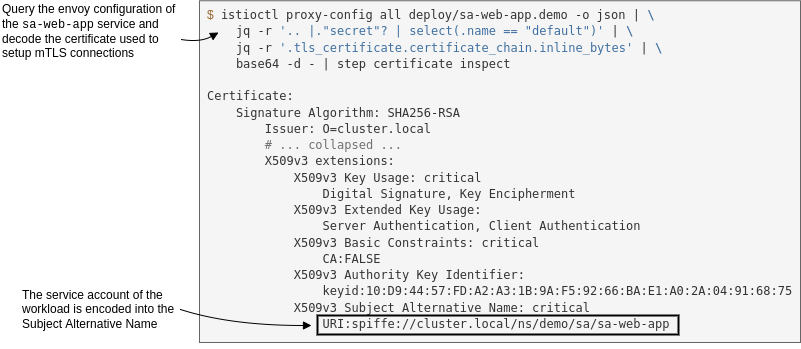
rinormaloku/master-istio keeps this draw.io diagram as images/SVID.png. Above is the earlier version. Source tidied: cells renumbered, new cells last; positions are measured from the earlier drawing's top-left corner, leaving out a move shared by most shapes. Its diagram source:
```xml
<mxGraphModel>
  <root>
    <mxCell id="0" />
    <mxCell id="1" parent="0" />
    <mxCell id="2" value="&lt;span id=&quot;docs-internal-guid-69b215c8-7fff-f73c-7a83-de5fa871a0a4&quot;&gt;&lt;pre style=&quot;margin-top: 0px ; margin-bottom: 0px ; line-height: 16.25px&quot;&gt;&lt;pre style=&quot;margin-top: 0px ; margin-bottom: 0px ; line-height: 16.25px&quot;&gt;&lt;pre style=&quot;margin-top: 0px ; margin-bottom: 0px ; line-height: 16.25px&quot;&gt;&lt;span style=&quot;color: rgb(153 , 102 , 51) ; font-family: &amp;#34;helvetica&amp;#34;&quot;&gt;$&lt;/span&gt; istioctl proxy-config all deploy/sa-web-app.demo -o json | &lt;span style=&quot;color: rgb(64 , 112 , 160) ; font-weight: bold&quot;&gt;\&lt;/span&gt;&lt;br&gt;    jq -r &lt;span style=&quot;color: rgb(64 , 112 , 160)&quot;&gt;'.. |.&quot;secret&quot;? | select(.name == &quot;default&quot;)'&lt;/span&gt; | &lt;span style=&quot;color: rgb(64 , 112 , 160) ; font-weight: bold&quot;&gt;\&lt;/span&gt;&lt;br&gt;    jq -r &lt;span style=&quot;color: rgb(64 , 112 , 160)&quot;&gt;'.tls_certificate.certificate_chain.inline_bytes'&lt;/span&gt; | &lt;span style=&quot;color: rgb(64 , 112 , 160) ; font-weight: bold&quot;&gt;\&lt;/span&gt;&lt;br&gt;    base64 -d - | step certificate inspect&lt;/pre&gt;&lt;/pre&gt;&lt;pre style=&quot;margin-top: 0px ; margin-bottom: 0px ; line-height: 16.25px&quot;&gt;&lt;span style=&quot;color: rgb(153 , 102 , 51)&quot;&gt;&lt;br&gt;&lt;/span&gt;&lt;/pre&gt;&lt;pre style=&quot;margin-top: 0px ; margin-bottom: 0px ; line-height: 16.25px&quot;&gt;Certificate:&lt;br&gt;    Signature Algorithm: SHA256-RSA&lt;br&gt;        Issuer: O=cluster.local&lt;br&gt;        &lt;font color=&quot;#707070&quot;&gt;# ... collapsed ...&lt;/font&gt;&lt;/pre&gt;&lt;pre style=&quot;margin-top: 0px ; margin-bottom: 0px ; line-height: 16.25px&quot;&gt;        X509v3 extensions:&lt;br&gt;            X509v3 Key Usage: critical&lt;br&gt;                Digital Signature, Key Encipherment&lt;br&gt;            X509v3 Extended Key Usage:&lt;br&gt;                Server Authentication, Client Authentication&lt;br&gt;            X509v3 Basic Constraints: critical&lt;br&gt;                CA:FALSE&lt;br&gt;            X509v3 Authority Key Identifier:&lt;br&gt;                keyid:10:D9:44:57:FD:A2:A3:1B:9A:F5:92:66:BA:E1:A0:2A:04:91:68:75&lt;br&gt;            X509v3 Subject Alternative Name: critical&lt;br&gt;                URI:spiffe://cluster.local/ns/demo/sa/sa-web-app&lt;br&gt;&lt;/pre&gt;&lt;div&gt;&lt;br&gt;&lt;/div&gt;&lt;/pre&gt;&lt;/span&gt;" style="rounded=0;whiteSpace=wrap;html=1;labelBackgroundColor=none;fontSize=12;fontColor=#333333;align=left;verticalAlign=top;fillColor=#f5f5f5;strokeColor=#666666;spacingLeft=6;" parent="1" vertex="1">
      <mxGeometry x="199" y="0.2" width="601" height="341.8" as="geometry" />
    </mxCell>
    <mxCell id="3" style="rounded=0;whiteSpace=wrap;html=1;labelBackgroundColor=none;fontSize=12;fontColor=#ABABAB;align=left;verticalAlign=top;fillColor=none;strokeWidth=2;" parent="1" vertex="1">
      <mxGeometry x="317" y="315" width="361" height="19" as="geometry" />
    </mxCell>
    <mxCell id="4" value="Query the envoy configuration of the &lt;font face=&quot;Courier New&quot;&gt;sa-web-app&lt;/font&gt; service and decode the certificate used to setup mTLS connections" style="text;html=1;strokeColor=none;fillColor=none;align=left;verticalAlign=middle;whiteSpace=wrap;rounded=0;labelBackgroundColor=none;fontSize=12;" parent="1" vertex="1">
      <mxGeometry y="0.2" width="180" height="61.8" as="geometry" />
    </mxCell>
    <mxCell id="5" style="curved=1;endArrow=block;html=1;fontSize=12;fontColor=#000000;strokeWidth=1;align=left;endFill=1;exitX=1.005;exitY=0.628;exitDx=0;exitDy=0;exitPerimeter=0;" parent="1" edge="1" source="4">
      <mxGeometry relative="1" as="geometry">
        <mxPoint x="218" y="32" as="targetPoint" />
        <Array as="points">
          <mxPoint x="200" y="42" />
        </Array>
      </mxGeometry>
    </mxCell>
    <mxCell id="6" value="The service account of the workload is encoded into the Subject Alternative Name" style="text;html=1;strokeColor=none;fillColor=none;align=left;verticalAlign=middle;whiteSpace=wrap;rounded=0;labelBackgroundColor=none;fontSize=12;" parent="1" vertex="1">
      <mxGeometry x="19.5" y="284" width="160.5" height="50" as="geometry" />
    </mxCell>
    <mxCell id="7" style="curved=1;endArrow=block;html=1;fontSize=12;fontColor=#000000;strokeWidth=1;align=left;endFill=1;exitX=1;exitY=0.5;exitDx=0;exitDy=0;" parent="1" edge="1" source="6">
      <mxGeometry relative="1" as="geometry">
        <mxPoint x="311" y="325" as="targetPoint" />
        <Array as="points">
          <mxPoint x="230" y="325" />
        </Array>
      </mxGeometry>
    </mxCell>
  </root>
</mxGraphModel>
```
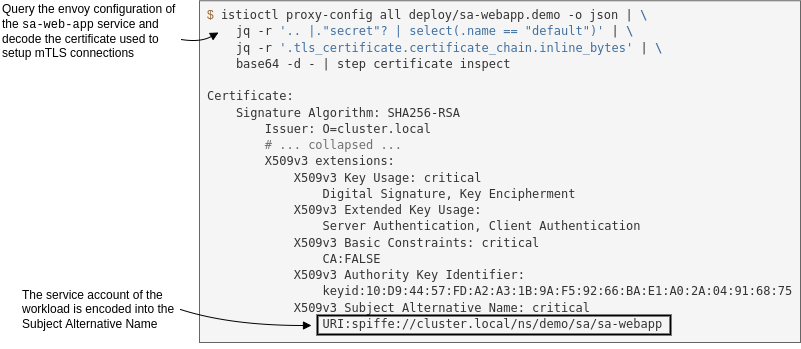
After the change.

Change to the diagram source:
```diff
@@ -2,11 +2,11 @@
   <root>
     <mxCell id="0" />
     <mxCell id="1" parent="0" />
-    <mxCell id="2" value="&lt;span id=&quot;docs-internal-guid-69b215c8-7fff-f73c-7a83-de5fa871a0a4&quot;&gt;&lt;pre style=&quot;margin-top: 0px ; margin-bottom: 0px ; line-height: 16.25px&quot;&gt;&lt;pre style=&quot;margin-top: 0px ; margin-bottom: 0px ; line-height: 16.25px&quot;&gt;&lt;pre style=&quot;margin-top: 0px ; margin-bottom: 0px ; line-height: 16.25px&quot;&gt;&lt;span style=&quot;color: rgb(153 , 102 , 51) ; font-family: &amp;#34;helvetica&amp;#34;&quot;&gt;$&lt;/span&gt; istioctl proxy-config all deploy/sa-web-app.demo -o json | &lt;span style=&quot;color: rgb(64 , 112 , 160) ; font-weight: bold&quot;&gt;\&lt;/span&gt;&lt;br&gt;    jq -r &lt;span style=&quot;color: rgb(64 , 112 , 160)&quot;&gt;'.. |.&quot;secret&quot;? | select(.name == &quot;default&quot;)'&lt;/span&gt; | &lt;span style=&quot;color: rgb(64 , 112 , 160) ; font-weight: bold&quot;&gt;\&lt;/span&gt;&lt;br&gt;    jq -r &lt;span style=&quot;color: rgb(64 , 112 , 160)&quot;&gt;'.tls_certificate.certificate_chain.inline_bytes'&lt;/span&gt; | &lt;span style=&quot;color: rgb(64 , 112 , 160) ; font-weight: bold&quot;&gt;\&lt;/span&gt;&lt;br&gt;    base64 -d - | step certificate inspect&lt;/pre&gt;&lt;/pre&gt;&lt;pre style=&quot;margin-top: 0px ; margin-bottom: 0px ; line-height: 16.25px&quot;&gt;&lt;span style=&quot;color: rgb(153 , 102 , 51)&quot;&gt;&lt;br&gt;&lt;/span&gt;&lt;/pre&gt;&lt;pre style=&quot;margin-top: 0px ; margin-bottom: 0px ; line-height: 16.25px&quot;&gt;Certificate:&lt;br&gt;    Signature Algorithm: SHA256-RSA&lt;br&gt;        Issuer: O=cluster.local&lt;br&gt;        &lt;font color=&quot;#707070&quot;&gt;# ... collapsed ...&lt;/font&gt;&lt;/pre&gt;&lt;pre style=&quot;margin-top: 0px ; margin-bottom: 0px ; line-height: 16.25px&quot;&gt;        X509v3 extensions:&lt;br&gt;            X509v3 Key Usage: critical&lt;br&gt;                Digital Signature, Key Encipherment&lt;br&gt;            X509v3 Extended Key Usage:&lt;br&gt;                Server Authentication, Client Authentication&lt;br&gt;            X509v3 Basic Constraints: critical&lt;br&gt;                CA:FALSE&lt;br&gt;            X509v3 Authority Key Identifier:&lt;br&gt;                keyid:10:D9:44:57:FD:A2:A3:1B:9A:F5:92:66:BA:E1:A0:2A:04:91:68:75&lt;br&gt;            X509v3 Subject Alternative Name: critical&lt;br&gt;                URI:spiffe://cluster.local/ns/demo/sa/sa-web-app&lt;br&gt;&lt;/pre&gt;&lt;div&gt;&lt;br&gt;&lt;/div&gt;&lt;/pre&gt;&lt;/span&gt;" style="rounded=0;whiteSpace=wrap;html=1;labelBackgroundColor=none;fontSize=12;fontColor=#333333;align=left;verticalAlign=top;fillColor=#f5f5f5;strokeColor=#666666;spacingLeft=6;" parent="1" vertex="1">
+    <mxCell id="2" value="&lt;span id=&quot;docs-internal-guid-69b215c8-7fff-f73c-7a83-de5fa871a0a4&quot;&gt;&lt;pre style=&quot;margin-top: 0px ; margin-bottom: 0px ; line-height: 16.25px&quot;&gt;&lt;pre style=&quot;margin-top: 0px ; margin-bottom: 0px ; line-height: 16.25px&quot;&gt;&lt;pre style=&quot;margin-top: 0px ; margin-bottom: 0px ; line-height: 16.25px&quot;&gt;&lt;span style=&quot;color: rgb(153 , 102 , 51) ; font-family: &amp;quot;helvetica&amp;quot;&quot;&gt;$&lt;/span&gt; istioctl proxy-config all deploy/sa-webapp.demo -o json | &lt;span style=&quot;color: rgb(64 , 112 , 160) ; font-weight: bold&quot;&gt;\&lt;/span&gt;&lt;br&gt;    jq -r &lt;span style=&quot;color: rgb(64 , 112 , 160)&quot;&gt;'.. |.&quot;secret&quot;? | select(.name == &quot;default&quot;)'&lt;/span&gt; | &lt;span style=&quot;color: rgb(64 , 112 , 160) ; font-weight: bold&quot;&gt;\&lt;/span&gt;&lt;br&gt;    jq -r &lt;span style=&quot;color: rgb(64 , 112 , 160)&quot;&gt;'.tls_certificate.certificate_chain.inline_bytes'&lt;/span&gt; | &lt;span style=&quot;color: rgb(64 , 112 , 160) ; font-weight: bold&quot;&gt;\&lt;/span&gt;&lt;br&gt;    base64 -d - | step certificate inspect&lt;/pre&gt;&lt;/pre&gt;&lt;pre style=&quot;margin-top: 0px ; margin-bottom: 0px ; line-height: 16.25px&quot;&gt;&lt;span style=&quot;color: rgb(153 , 102 , 51)&quot;&gt;&lt;br&gt;&lt;/span&gt;&lt;/pre&gt;&lt;pre style=&quot;margin-top: 0px ; margin-bottom: 0px ; line-height: 16.25px&quot;&gt;Certificate:&lt;br&gt;    Signature Algorithm: SHA256-RSA&lt;br&gt;        Issuer: O=cluster.local&lt;br&gt;        &lt;font color=&quot;#707070&quot;&gt;# ... collapsed ...&lt;/font&gt;&lt;/pre&gt;&lt;pre style=&quot;margin-top: 0px ; margin-bottom: 0px ; line-height: 16.25px&quot;&gt;        X509v3 extensions:&lt;br&gt;            X509v3 Key Usage: critical&lt;br&gt;                Digital Signature, Key Encipherment&lt;br&gt;            X509v3 Extended Key Usage:&lt;br&gt;                Server Authentication, Client Authentication&lt;br&gt;            X509v3 Basic Constraints: critical&lt;br&gt;                CA:FALSE&lt;br&gt;            X509v3 Authority Key Identifier:&lt;br&gt;                keyid:10:D9:44:57:FD:A2:A3:1B:9A:F5:92:66:BA:E1:A0:2A:04:91:68:75&lt;br&gt;            X509v3 Subject Alternative Name: critical&lt;br&gt;                URI:spiffe://cluster.local/ns/demo/sa/sa-webapp&lt;br&gt;&lt;/pre&gt;&lt;div&gt;&lt;br&gt;&lt;/div&gt;&lt;/pre&gt;&lt;/span&gt;" style="rounded=0;whiteSpace=wrap;html=1;labelBackgroundColor=none;fontSize=12;fontColor=#333333;align=left;verticalAlign=top;fillColor=#f5f5f5;strokeColor=#666666;spacingLeft=6;" parent="1" vertex="1">
       <mxGeometry x="199" y="0.2" width="601" height="341.8" as="geometry" />
     </mxCell>
     <mxCell id="3" style="rounded=0;whiteSpace=wrap;html=1;labelBackgroundColor=none;fontSize=12;fontColor=#ABABAB;align=left;verticalAlign=top;fillColor=none;strokeWidth=2;" parent="1" vertex="1">
-      <mxGeometry x="317" y="315" width="361" height="19" as="geometry" />
+      <mxGeometry x="317" y="315" width="353" height="19" as="geometry" />
     </mxCell>
     <mxCell id="4" value="Query the envoy configuration of the &lt;font face=&quot;Courier New&quot;&gt;sa-web-app&lt;/font&gt; service and decode the certificate used to setup mTLS connections" style="text;html=1;strokeColor=none;fillColor=none;align=left;verticalAlign=middle;whiteSpace=wrap;rounded=0;labelBackgroundColor=none;fontSize=12;" parent="1" vertex="1">
       <mxGeometry y="0.2" width="180" height="61.8" as="geometry" />
```
